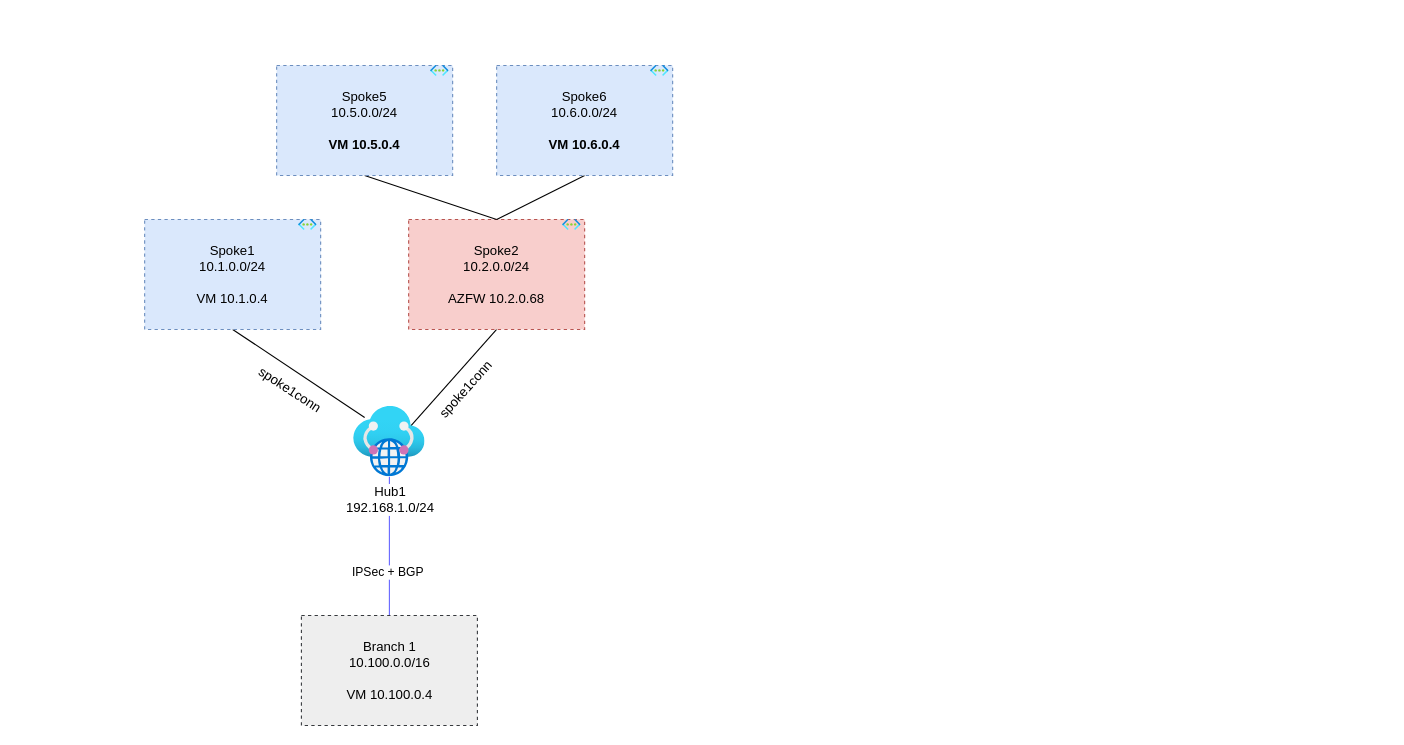
Before: inter-region-azfw/media/diagram.drawio in dmauser/azure-virtualwan, a draw.io diagram. Source tidied: cells renumbered, new cells numbered last; positions are measured from the earlier drawing's top-left corner, leaving out a move shared by most shapes. Both pictures are drawn from the tidied source at 110%, with x=0, y=0 at pixel (144, 65).
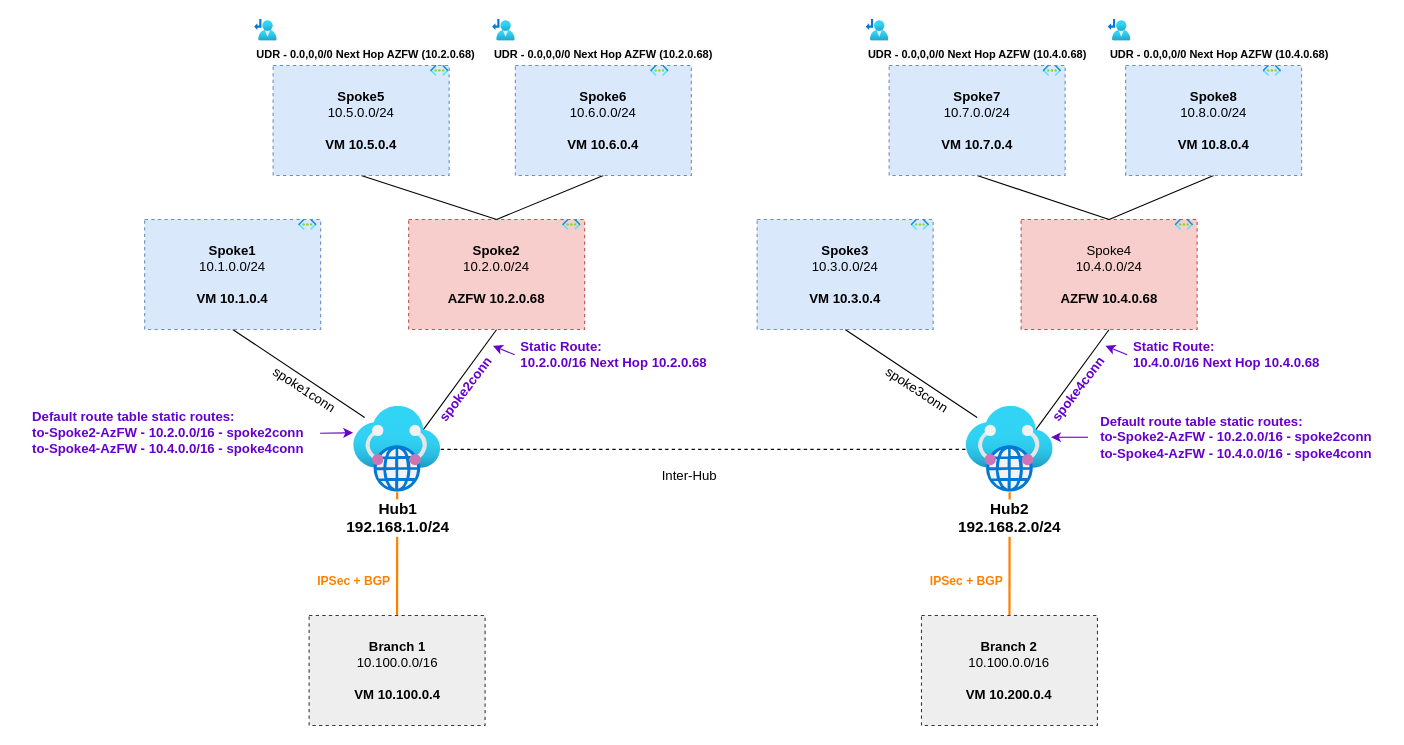
Above is the later version.

The edit, as a diff of the source:
```diff
@@
-    <mxCell id="3" value="Spoke1&lt;br&gt;10.1.0.0/24&lt;br&gt;&lt;br&gt;VM 10.1.0.4" style="whiteSpace=wrap;html=1;fillColor=#dae8fc;strokeColor=#6c8ebf;dashed=1;" parent="1" vertex="1">
+    <mxCell id="3" value="&lt;b&gt;Spoke1&lt;/b&gt;&lt;br&gt;10.1.0.0/24&lt;br&gt;&lt;br&gt;&lt;b&gt;VM 10.1.0.4&lt;/b&gt;" style="whiteSpace=wrap;html=1;fillColor=#dae8fc;strokeColor=#6c8ebf;dashed=1;" parent="1" vertex="1">
       <mxGeometry y="140" width="160" height="100" as="geometry" />
     </mxCell>
@@
-    <mxCell id="6" value="Spoke2&lt;br&gt;10.2.0.0/24&lt;br&gt;&lt;br&gt;AZFW 10.2.0.68" style="whiteSpace=wrap;html=1;fillColor=#f8cecc;strokeColor=#b85450;dashed=1;" parent="1" vertex="1">
+    <mxCell id="6" value="&lt;b&gt;Spoke2&lt;/b&gt;&lt;br&gt;10.2.0.0/24&lt;br&gt;&lt;br&gt;&lt;b&gt;AZFW 10.2.0.68&lt;/b&gt;" style="whiteSpace=wrap;html=1;fillColor=#f8cecc;strokeColor=#b85450;dashed=1;" parent="1" vertex="1">
       <mxGeometry x="240" y="140" width="160" height="100" as="geometry" />
     </mxCell>
@@
-    <mxCell id="9" value="Spoke5&lt;br&gt;10.5.0.0/24&lt;br&gt;&lt;br&gt;&lt;b&gt;VM 10.5.0.4&lt;/b&gt;" style="whiteSpace=wrap;html=1;fillColor=#dae8fc;strokeColor=#6c8ebf;dashed=1;" parent="1" vertex="1">
-      <mxGeometry x="120" width="160" height="100" as="geometry" />
+    <mxCell id="9" value="&lt;b&gt;Spoke5&lt;/b&gt;&lt;br&gt;10.5.0.0/24&lt;br&gt;&lt;br&gt;&lt;b&gt;VM 10.5.0.4&lt;/b&gt;" style="whiteSpace=wrap;html=1;fillColor=#dae8fc;strokeColor=#6c8ebf;dashed=1;" parent="1" vertex="1">
+      <mxGeometry x="116.8" width="160" height="100" as="geometry" />
     </mxCell>
@@
-    <mxCell id="12" value="Spoke6&lt;br&gt;10.6.0.0/24&lt;br&gt;&lt;br&gt;&lt;b&gt;VM 10.6.0.4&lt;/b&gt;" style="whiteSpace=wrap;html=1;fillColor=#dae8fc;strokeColor=#6c8ebf;dashed=1;" parent="1" vertex="1">
-      <mxGeometry x="320" width="160" height="100" as="geometry" />
+    <mxCell id="12" value="&lt;b&gt;Spoke6&lt;/b&gt;&lt;br&gt;10.6.0.0/24&lt;br&gt;&lt;br&gt;&lt;b&gt;VM 10.6.0.4&lt;/b&gt;" style="whiteSpace=wrap;html=1;fillColor=#dae8fc;strokeColor=#6c8ebf;dashed=1;" parent="1" vertex="1">
+      <mxGeometry x="337" width="160" height="100" as="geometry" />
     </mxCell>
@@
-    <mxCell id="14" style="edgeStyle=none;html=1;endArrow=none;endFill=0;strokeColor=#6666FF;entryX=0.5;entryY=0;entryDx=0;entryDy=0;" parent="1" edge="1" source="16" target="17">
+    <mxCell id="14" style="edgeStyle=none;html=1;endArrow=none;endFill=0;strokeColor=#FF8000;entryX=0.5;entryY=0;entryDx=0;entryDy=0;strokeWidth=2;" parent="1" edge="1" source="16" target="17">
       <mxGeometry relative="1" as="geometry" />
     </mxCell>
-    <mxCell id="15" value="IPSec + BGP" style="edgeLabel;html=1;align=center;verticalAlign=middle;" parent="14" vertex="1">
-      <mxGeometry x="0.37" y="-2" relative="1" as="geometry" />
+    <mxCell id="15" value="IPSec + BGP" style="edgeLabel;html=1;align=center;verticalAlign=middle;fontStyle=1;fontColor=#FF8000;" parent="14" vertex="1">
+      <mxGeometry x="0.37" y="-2" relative="1" as="geometry">
+        <mxPoint x="-38" y="4" as="offset" />
+      </mxGeometry>
     </mxCell>
+    <mxCell id="20" style="edgeStyle=none;html=1;strokeColor=#000000;fontColor=#FF8000;endArrow=none;endFill=0;dashed=1;" parent="1" edge="1" source="16" target="39">
+      <mxGeometry relative="1" as="geometry" />
+    </mxCell>
-    <mxCell id="16" value="Hub1&lt;br&gt;192.168.1.0/24" style="html=1;points=[];align=center;image;fontSize=12;image=img/lib/azure2/networking/Virtual_WANs.svg;" parent="1" vertex="1">
-      <mxGeometry x="190" y="310" width="65" height="64" as="geometry" />
+    <mxCell id="16" value="&lt;b style=&quot;font-size: 14px;&quot;&gt;Hub1&lt;br style=&quot;font-size: 14px;&quot;&gt;192.168.1.0/24&lt;/b&gt;" style="html=1;points=[];align=center;image;fontSize=14;image=img/lib/azure2/networking/Virtual_WANs.svg;" parent="1" vertex="1">
+      <mxGeometry x="190" y="310" width="79.2" height="78" as="geometry" />
     </mxCell>
-    <mxCell id="17" value="Branch 1&lt;br&gt;10.100.0.0/16&lt;br&gt;&lt;br&gt;VM 10.100.0.4" style="whiteSpace=wrap;html=1;fillColor=#eeeeee;strokeColor=#36393d;dashed=1;" parent="1" vertex="1">
-      <mxGeometry x="142.5" y="500" width="160" height="100" as="geometry" />
+    <mxCell id="17" value="&lt;b&gt;Branch 1&lt;/b&gt;&lt;br&gt;10.100.0.0/16&lt;br&gt;&lt;br&gt;&lt;b&gt;VM 10.100.0.4&lt;/b&gt;" style="whiteSpace=wrap;html=1;fillColor=#eeeeee;strokeColor=#36393d;dashed=1;" parent="1" vertex="1">
+      <mxGeometry x="149.5" y="500" width="160" height="100" as="geometry" />
     </mxCell>
     <mxCell id="18" value="spoke1conn" style="text;html=1;align=center;verticalAlign=middle;strokeColor=none;fillColor=none;rotation=33.1;" parent="1" vertex="1">
-      <mxGeometry x="87" y="280" width="90" height="30" as="geometry" />
+      <mxGeometry x="100" y="280" width="90" height="30" as="geometry" />
     </mxCell>
-    <mxCell id="19" value="spoke1conn" style="text;html=1;align=center;verticalAlign=middle;points=[];strokeColor=none;fillColor=none;rotation=-48.1;" parent="1" vertex="1">
+    <mxCell id="19" value="spoke2conn" style="text;html=1;align=center;verticalAlign=middle;points=[];strokeColor=none;fillColor=none;rotation=-52.7;fontColor=#6600CC;fontStyle=1;" parent="1" vertex="1">
       <mxGeometry x="247" y="280" width="90" height="30" as="geometry" />
     </mxCell>
+    <mxCell id="21" style="edgeStyle=none;html=1;entryX=1.02;entryY=0.343;entryDx=0;entryDy=0;entryPerimeter=0;strokeColor=#6600CC;fontColor=#6600CC;exitX=-0.019;exitY=0.5;exitDx=0;exitDy=0;exitPerimeter=0;" parent="1" edge="1" source="22" target="19">
+      <mxGeometry relative="1" as="geometry" />
+    </mxCell>
+    <mxCell id="22" value="Static Route:&lt;br&gt;10.2.0.0/16 Next Hop 10.2.0.68" style="text;html=1;align=left;verticalAlign=middle;points=[];strokeColor=none;fillColor=none;fontColor=#6600CC;fontStyle=1;" parent="1" vertex="1">
+      <mxGeometry x="340" y="243" width="190" height="40" as="geometry" />
+    </mxCell>
+    <mxCell id="23" style="edgeStyle=none;html=1;entryX=-0.006;entryY=0.306;entryDx=0;entryDy=0;entryPerimeter=0;strokeColor=#6600CC;fontColor=#6600CC;exitX=1.014;exitY=0.507;exitDx=0;exitDy=0;exitPerimeter=0;" parent="1" edge="1" source="24" target="16">
+      <mxGeometry relative="1" as="geometry" />
+    </mxCell>
+    <mxCell id="24" value="&lt;div style=&quot;text-align: left;&quot;&gt;&lt;span style=&quot;background-color: initial;&quot;&gt;Default route table static routes:&lt;/span&gt;&lt;/div&gt;&lt;div style=&quot;text-align: left;&quot;&gt;&lt;span style=&quot;background-color: initial;&quot;&gt;to-Spoke2-AzFW - 10.2.0.0/16 - spoke2conn&lt;/span&gt;&lt;/div&gt;&lt;div style=&quot;text-align: left;&quot;&gt;&lt;span style=&quot;background-color: initial;&quot;&gt;to-Spoke4-AzFW - 10.4.0.0/16 - spoke4conn&lt;/span&gt;&lt;/div&gt;" style="text;html=1;align=center;verticalAlign=middle;points=[];strokeColor=none;fillColor=none;fontColor=#6600CC;fontStyle=1;" parent="1" vertex="1">
+      <mxGeometry x="-114.3" y="304" width="270" height="60" as="geometry" />
+    </mxCell>
+    <mxCell id="25" style="edgeStyle=none;html=1;exitX=0.5;exitY=1;exitDx=0;exitDy=0;endArrow=none;endFill=0;" parent="1" edge="1" source="26">
+      <mxGeometry relative="1" as="geometry">
+        <mxPoint x="756.8" y="320" as="targetPoint" />
+      </mxGeometry>
+    </mxCell>
+    <mxCell id="26" value="&lt;b&gt;Spoke3&lt;/b&gt;&lt;br&gt;10.3.0.0/24&lt;br&gt;&lt;br&gt;&lt;b&gt;VM 10.3.0.4&lt;/b&gt;" style="whiteSpace=wrap;html=1;fillColor=#dae8fc;strokeColor=#6c8ebf;dashed=1;" parent="1" vertex="1">
+      <mxGeometry x="556.8" y="140" width="160" height="100" as="geometry" />
+    </mxCell>
+    <mxCell id="27" style="html=1;align=center;image;fontSize=12;image=img/lib/azure2/networking/Virtual_Networks.svg;dashed=1;" parent="1" vertex="1">
+      <mxGeometry x="696.8" y="140" width="16.8" height="10" as="geometry" />
+    </mxCell>
+    <mxCell id="28" style="edgeStyle=none;html=1;exitX=0.5;exitY=1;exitDx=0;exitDy=0;entryX=0.769;entryY=0.313;entryDx=0;entryDy=0;entryPerimeter=0;endArrow=none;endFill=0;" parent="1" edge="1" source="29" target="39">
+      <mxGeometry relative="1" as="geometry" />
+    </mxCell>
+    <mxCell id="29" value="Spoke4&lt;br&gt;10.4.0.0/24&lt;br&gt;&lt;br&gt;&lt;b&gt;AZFW 10.4.0.68&lt;/b&gt;" style="whiteSpace=wrap;html=1;fillColor=#f8cecc;strokeColor=#b85450;dashed=1;" parent="1" vertex="1">
+      <mxGeometry x="796.8" y="140" width="160" height="100" as="geometry" />
+    </mxCell>
+    <mxCell id="30" style="html=1;align=center;image;fontSize=12;image=img/lib/azure2/networking/Virtual_Networks.svg;dashed=1;" parent="1" vertex="1">
+      <mxGeometry x="936.8" y="140" width="16.8" height="10" as="geometry" />
+    </mxCell>
+    <mxCell id="31" style="edgeStyle=none;html=1;exitX=0.5;exitY=1;exitDx=0;exitDy=0;entryX=0.5;entryY=0;entryDx=0;entryDy=0;endArrow=none;endFill=0;" parent="1" edge="1" source="32" target="29">
+      <mxGeometry relative="1" as="geometry" />
+    </mxCell>
+    <mxCell id="32" value="&lt;b&gt;Spoke7&lt;/b&gt;&lt;br&gt;10.7.0.0/24&lt;br&gt;&lt;br&gt;&lt;b&gt;VM 10.7.0.4&lt;/b&gt;" style="whiteSpace=wrap;html=1;fillColor=#dae8fc;strokeColor=#6c8ebf;dashed=1;" parent="1" vertex="1">
+      <mxGeometry x="676.8" width="160" height="100" as="geometry" />
+    </mxCell>
+    <mxCell id="33" style="html=1;align=center;image;fontSize=12;image=img/lib/azure2/networking/Virtual_Networks.svg;dashed=1;" parent="1" vertex="1">
+      <mxGeometry x="816.8" width="16.8" height="10" as="geometry" />
+    </mxCell>
+    <mxCell id="34" style="edgeStyle=none;html=1;exitX=0.5;exitY=1;exitDx=0;exitDy=0;endArrow=none;endFill=0;" parent="1" edge="1" source="35">
+      <mxGeometry relative="1" as="geometry">
+        <mxPoint x="876.8" y="140" as="targetPoint" />
+      </mxGeometry>
+    </mxCell>
+    <mxCell id="35" value="&lt;b&gt;Spoke8&lt;/b&gt;&lt;br&gt;10.8.0.0/24&lt;br&gt;&lt;br&gt;&lt;b&gt;VM 10.8.0.4&lt;/b&gt;" style="whiteSpace=wrap;html=1;fillColor=#dae8fc;strokeColor=#6c8ebf;dashed=1;" parent="1" vertex="1">
+      <mxGeometry x="891.8" width="160" height="100" as="geometry" />
+    </mxCell>
+    <mxCell id="36" style="html=1;align=center;image;fontSize=12;image=img/lib/azure2/networking/Virtual_Networks.svg;dashed=1;" parent="1" vertex="1">
+      <mxGeometry x="1016.8" width="16.8" height="10" as="geometry" />
+    </mxCell>
+    <mxCell id="37" style="edgeStyle=none;html=1;endArrow=none;endFill=0;strokeColor=#FF8000;entryX=0.5;entryY=0;entryDx=0;entryDy=0;strokeWidth=2;" parent="1" edge="1" source="39" target="40">
+      <mxGeometry relative="1" as="geometry" />
+    </mxCell>
+    <mxCell id="38" value="IPSec + BGP" style="edgeLabel;html=1;align=center;verticalAlign=middle;fontStyle=1;fontColor=#FF8000;" parent="37" vertex="1">
+      <mxGeometry x="0.37" y="-2" relative="1" as="geometry">
+        <mxPoint x="-38" y="4" as="offset" />
+      </mxGeometry>
+    </mxCell>
+    <mxCell id="39" value="&lt;b style=&quot;font-size: 14px;&quot;&gt;Hub2&lt;br style=&quot;font-size: 14px;&quot;&gt;192.168.2.0/24&lt;/b&gt;" style="html=1;points=[];align=center;image;fontSize=14;image=img/lib/azure2/networking/Virtual_WANs.svg;" parent="1" vertex="1">
+      <mxGeometry x="746.8" y="310" width="79.2" height="78" as="geometry" />
+    </mxCell>
+    <mxCell id="40" value="&lt;b&gt;Branch 2&lt;/b&gt;&lt;br&gt;10.100.0.0/16&lt;br&gt;&lt;br&gt;&lt;b&gt;VM 10.200.0.4&lt;/b&gt;" style="whiteSpace=wrap;html=1;fillColor=#eeeeee;strokeColor=#36393d;dashed=1;" parent="1" vertex="1">
+      <mxGeometry x="706.2" y="500" width="160" height="100" as="geometry" />
+    </mxCell>
+    <mxCell id="41" value="spoke3conn" style="text;html=1;align=center;verticalAlign=middle;strokeColor=none;fillColor=none;rotation=33.1;" parent="1" vertex="1">
+      <mxGeometry x="656.8" y="280" width="90" height="30" as="geometry" />
+    </mxCell>
+    <mxCell id="42" value="spoke4conn" style="text;html=1;align=center;verticalAlign=middle;points=[];strokeColor=none;fillColor=none;rotation=-52.7;fontColor=#6600CC;fontStyle=1;" parent="1" vertex="1">
+      <mxGeometry x="803.8" y="280" width="90" height="30" as="geometry" />
+    </mxCell>
+    <mxCell id="43" style="edgeStyle=none;html=1;entryX=1.02;entryY=0.343;entryDx=0;entryDy=0;entryPerimeter=0;strokeColor=#6600CC;fontColor=#6600CC;exitX=-0.019;exitY=0.5;exitDx=0;exitDy=0;exitPerimeter=0;" parent="1" edge="1" source="44" target="42">
+      <mxGeometry relative="1" as="geometry" />
+    </mxCell>
+    <mxCell id="44" value="Static Route:&lt;br&gt;10.4.0.0/16 Next Hop 10.4.0.68" style="text;html=1;align=left;verticalAlign=middle;points=[];strokeColor=none;fillColor=none;fontColor=#6600CC;fontStyle=1;" parent="1" vertex="1">
+      <mxGeometry x="896.8" y="243" width="190" height="40" as="geometry" />
+    </mxCell>
+    <mxCell id="45" style="edgeStyle=none;html=1;strokeColor=#6600CC;fontColor=#6600CC;exitX=0.002;exitY=0.5;exitDx=0;exitDy=0;exitPerimeter=0;" parent="1" edge="1" source="46">
+      <mxGeometry relative="1" as="geometry">
+        <mxPoint x="824" y="338" as="targetPoint" />
+      </mxGeometry>
+    </mxCell>
+    <mxCell id="46" value="&lt;div style=&quot;text-align: left;&quot;&gt;&lt;span style=&quot;background-color: initial;&quot;&gt;Default route table static routes:&lt;/span&gt;&lt;/div&gt;&lt;div style=&quot;text-align: left;&quot;&gt;&lt;span style=&quot;background-color: initial;&quot;&gt;to-Spoke2-AzFW - 10.2.0.0/16 - spoke2conn&lt;/span&gt;&lt;/div&gt;&lt;div style=&quot;text-align: left;&quot;&gt;&lt;span style=&quot;background-color: initial;&quot;&gt;to-Spoke4-AzFW - 10.4.0.0/16 - spoke4conn&lt;/span&gt;&lt;/div&gt;" style="text;html=1;align=center;verticalAlign=middle;points=[];strokeColor=none;fillColor=none;fontColor=#6600CC;fontStyle=1;" parent="1" vertex="1">
+      <mxGeometry x="857.1" y="308" width="270" height="60" as="geometry" />
+    </mxCell>
+    <mxCell id="47" value="Inter-Hub" style="text;html=1;align=center;verticalAlign=middle;strokeColor=none;fillColor=none;fontColor=#000000;" parent="1" vertex="1">
+      <mxGeometry x="460" y="358" width="70" height="30" as="geometry" />
+    </mxCell>
+    <mxCell id="48" value="&lt;span style=&quot;color: rgb(0, 0, 0); font-size: 10px; background-color: rgb(251, 251, 251);&quot;&gt;UDR - 0.0,0,0/0 Next Hop AZFW (10.2.0.68)&lt;/span&gt;" style="html=1;align=left;image;fontSize=10;image=img/lib/azure2/networking/Route_Tables.svg;fontColor=#FF8000;fontStyle=1;" parent="1" vertex="1">
+      <mxGeometry x="100" y="-42" width="20.6" height="20" as="geometry" />
+    </mxCell>
+    <mxCell id="49" value="&lt;span style=&quot;color: rgb(0, 0, 0); font-size: 10px; background-color: rgb(251, 251, 251);&quot;&gt;UDR - 0.0,0,0/0 Next Hop AZFW (10.2.0.68)&lt;/span&gt;" style="html=1;align=left;image;fontSize=10;image=img/lib/azure2/networking/Route_Tables.svg;fontColor=#FF8000;fontStyle=1;" parent="1" vertex="1">
+      <mxGeometry x="316.4" y="-42" width="20.6" height="20" as="geometry" />
+    </mxCell>
+    <mxCell id="50" value="&lt;span style=&quot;color: rgb(0, 0, 0); font-size: 10px; background-color: rgb(251, 251, 251);&quot;&gt;UDR - 0.0,0,0/0 Next Hop AZFW (10.4.0.68)&lt;/span&gt;" style="html=1;align=left;image;fontSize=10;image=img/lib/azure2/networking/Route_Tables.svg;fontColor=#FF8000;fontStyle=1;" parent="1" vertex="1">
+      <mxGeometry x="656.1" y="-42" width="20.6" height="20" as="geometry" />
+    </mxCell>
+    <mxCell id="51" value="&lt;span style=&quot;color: rgb(0, 0, 0); font-size: 10px; background-color: rgb(251, 251, 251);&quot;&gt;UDR - 0.0,0,0/0 Next Hop AZFW (10.4.0.68)&lt;/span&gt;" style="html=1;align=left;image;fontSize=10;image=img/lib/azure2/networking/Route_Tables.svg;fontColor=#FF8000;fontStyle=1;" parent="1" vertex="1">
+      <mxGeometry x="876.1" y="-42" width="20.6" height="20" as="geometry" />
+    </mxCell>
```
